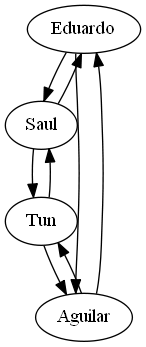
Earlier version of the Graphviz export ListaDobleCircularUsuarios.png (Eduardo01004/-EDD-_1S2019_P1_201612124). Its source is kept beside it as ListaDobleCircularUsuarios.dot. Its diagram source:
```dot
digraph CircularList {
3870619[fillcolor=seashell2,label="Eduardo"];
3870619->3870571
3870571->3870619
3870571[fillcolor=seashell2,label="Saul"];
3870571->3870549
3870549->3870571
3870549[fillcolor=seashell2,label="Tun"];
3870549->3870553
3870553->3870549
3870553[fillcolor=seashell2,label="Aguilar"];
3870553->3870619
3870619->3870553
}
```
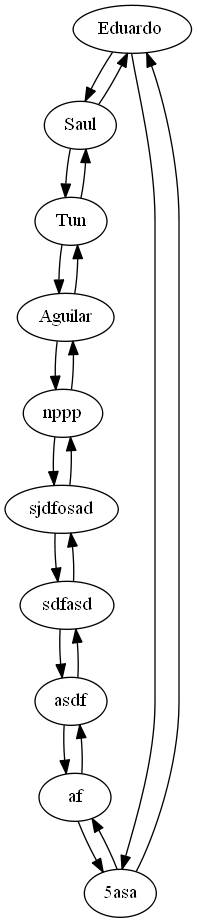
Later version of the same file.

The edit, as a diff of the source:
```diff
@@ -1,14 +1,32 @@
 digraph CircularList {
-3870619[fillcolor=seashell2,label="Eduardo"];
-3870619->3870571
-3870571->3870619
-3870571[fillcolor=seashell2,label="Saul"];
-3870571->3870549
-3870549->3870571
-3870549[fillcolor=seashell2,label="Tun"];
-3870549->3870553
-3870553->3870549
-3870553[fillcolor=seashell2,label="Aguilar"];
-3870553->3870619
-3870619->3870553
+1087871[fillcolor=seashell2,label="Eduardo "];
+1087871->1087867
+1087867->1087871
+1087867[fillcolor=seashell2,label="Saul"];
+1087867->1087879
+1087879->1087867
+1087879[fillcolor=seashell2,label="Tun"];
+1087879->1087885
+1087885->1087879
+1087885[fillcolor=seashell2,label="Aguilar"];
+1087885->1087887
+1087887->1087885
+1087887[fillcolor=seashell2,label="nppp"];
+1087887->1087891
+1087891->1087887
+1087891[fillcolor=seashell2,label="sjdfosad"];
+1087891->1087893
+1087893->1087891
+1087893[fillcolor=seashell2,label="sdfasd"];
+1087893->1087897
+1087897->1087893
+1087897[fillcolor=seashell2,label="asdf"];
+1087897->1087901
+1087901->1087897
+1087901[fillcolor=seashell2,label="af"];
+1087901->1087907
+1087907->1087901
+1087907[fillcolor=seashell2,label="5asa"];
+1087907->1087871
+1087871->1087907
 }
```
